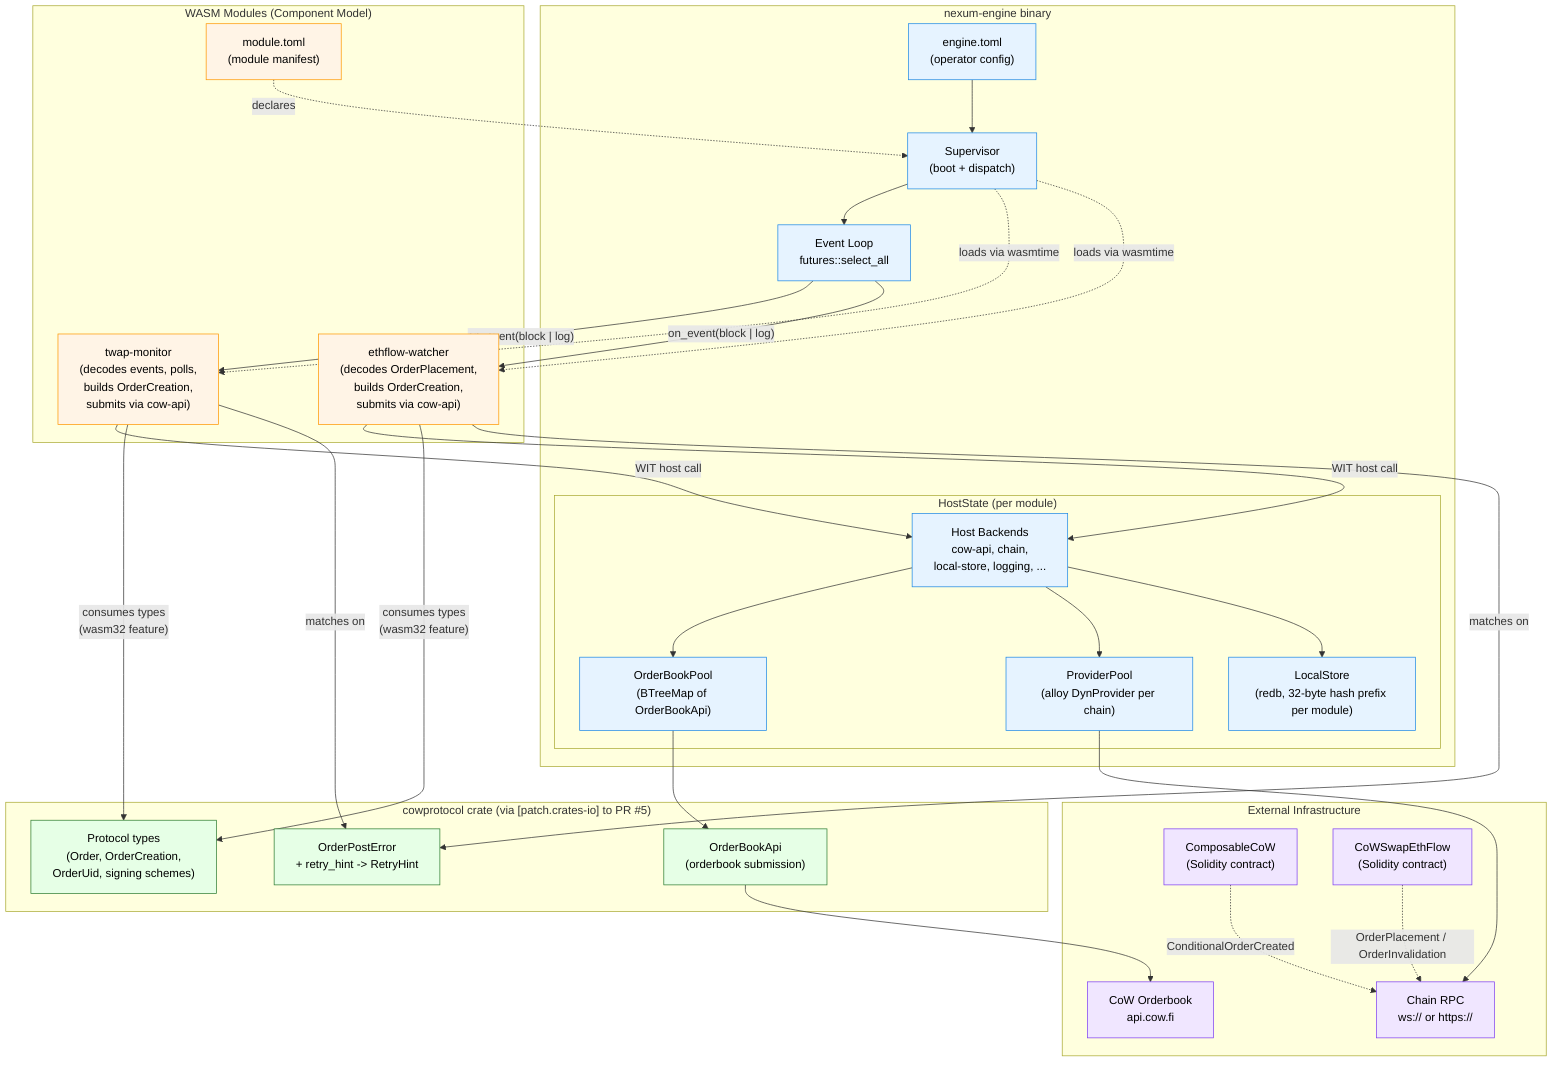
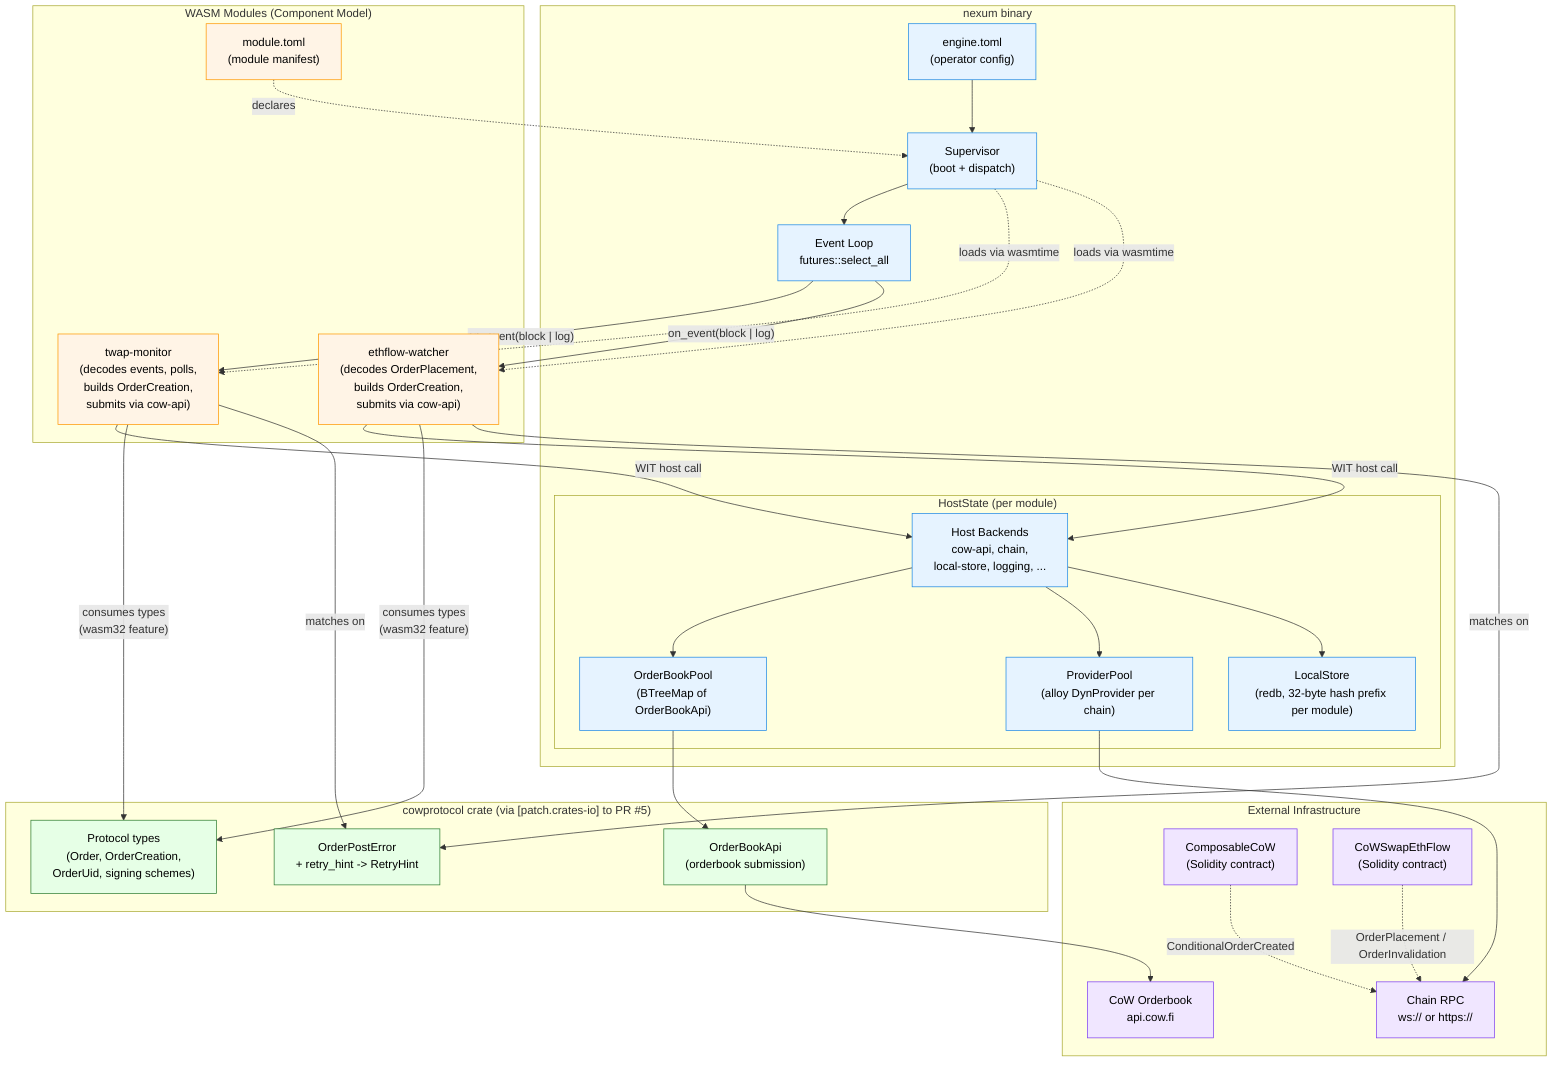
graph TB
    subgraph external["External Infrastructure"]
        OB["CoW Orderbook<br/>api.cow.fi"]
        RPC["Chain RPC<br/>ws:// or https://"]
        CC["ComposableCoW<br/>(Solidity contract)"]
        EF["CoWSwapEthFlow<br/>(Solidity contract)"]
    end

-     subgraph engine["nexum-engine binary"]
+     subgraph engine["nexum binary"]
        ETOML["engine.toml<br/>(operator config)"]
        SUP["Supervisor<br/>(boot + dispatch)"]
        EL["Event Loop<br/>futures::select_all"]

        subgraph host["HostState (per module)"]
            HW["Host Backends<br/>cow-api, chain,<br/>local-store, logging, ..."]
            CP["OrderBookPool<br/>(BTreeMap of OrderBookApi)"]
            PP["ProviderPool<br/>(alloy DynProvider per chain)"]
            LS["LocalStore<br/>(redb, 32-byte hash prefix per module)"]
        end
    end

    subgraph modules["WASM Modules (Component Model)"]
        MTOML["module.toml<br/>(module manifest)"]
        TM["twap-monitor<br/>(decodes events, polls,<br/>builds OrderCreation,<br/>submits via cow-api)"]
        EM["ethflow-watcher<br/>(decodes OrderPlacement,<br/>builds OrderCreation,<br/>submits via cow-api)"]
    end

    subgraph cowrs["cowprotocol crate (via [patch.crates-io] to PR #5)"]
        OBA["OrderBookApi<br/>(orderbook submission)"]
        TYPES["Protocol types<br/>(Order, OrderCreation,<br/>OrderUid, signing schemes)"]
        OPE["OrderPostError<br/>+ retry_hint -&gt; RetryHint"]
    end

    ETOML --> SUP
    MTOML -.declares.-> SUP
    SUP --> EL
    SUP -.loads via wasmtime.-> TM
    SUP -.loads via wasmtime.-> EM

    EL -- "on_event(block | log)" --> TM
    EL -- "on_event(block | log)" --> EM

    TM -- "WIT host call" --> HW
    EM -- "WIT host call" --> HW

    TM -- "consumes types<br/>(wasm32 feature)" --> TYPES
    EM -- "consumes types<br/>(wasm32 feature)" --> TYPES
    TM -- "matches on" --> OPE
    EM -- "matches on" --> OPE

    HW --> CP
    HW --> PP
    HW --> LS

    CP --> OBA
    PP --> RPC
    OBA --> OB
    CC -. "ConditionalOrderCreated" .-> RPC
    EF -. "OrderPlacement / OrderInvalidation" .-> RPC

    classDef external fill:#f0e6ff,stroke:#7e3ff2,color:#000
    classDef engineNode fill:#e6f3ff,stroke:#1e88e5,color:#000
    classDef moduleNode fill:#fff4e6,stroke:#ff9800,color:#000
    classDef cowrsNode fill:#e6ffe6,stroke:#2e7d32,color:#000

    class OB,RPC,CC,EF external
    class ETOML,SUP,EL,HW,CP,PP,LS engineNode
    class MTOML,TM,EM moduleNode
    class OBA,TYPES,OPE cowrsNode
